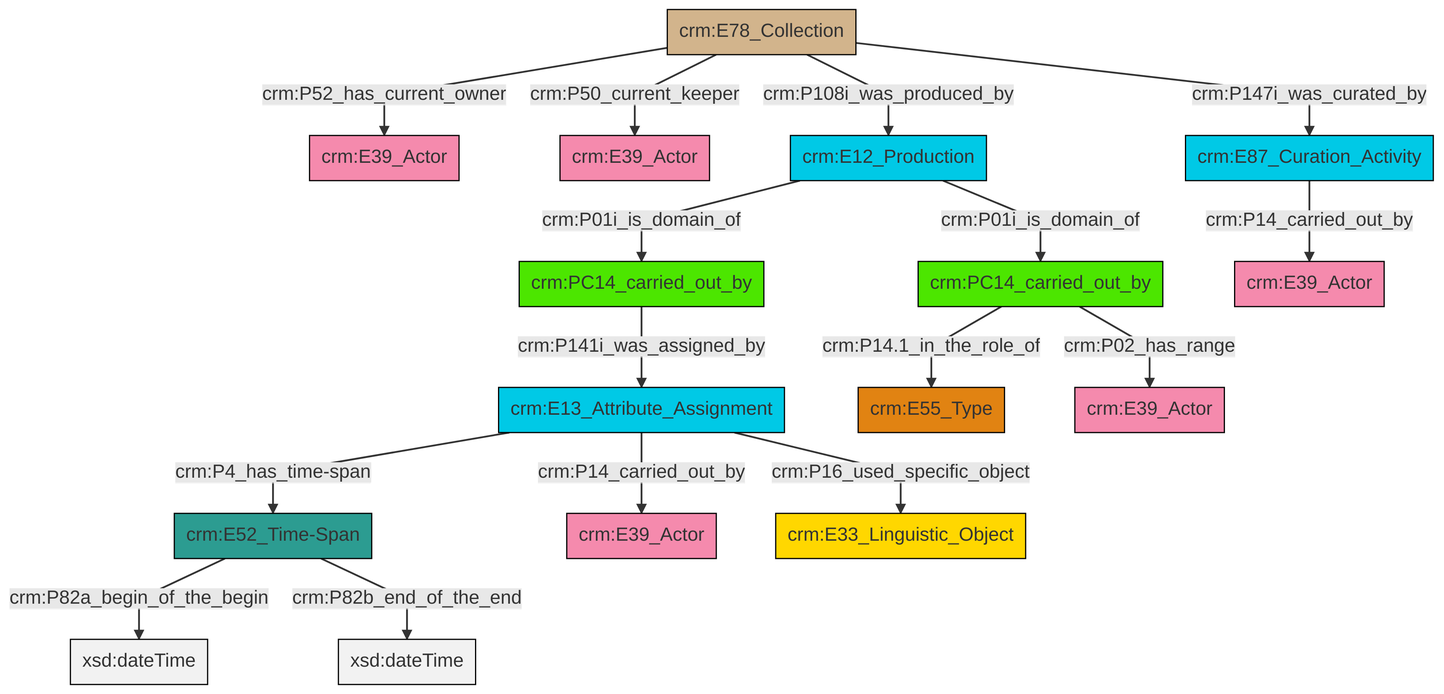
Earlier version of the Mermaid export et/archivalCSV/ttl/mmd/png/archival_relation.png (swiss-art-research-net/docs.swissartresearch). Its source is kept beside it as et/archivalCSV/ttl/mmd/archival_relation.ttl.mmd.
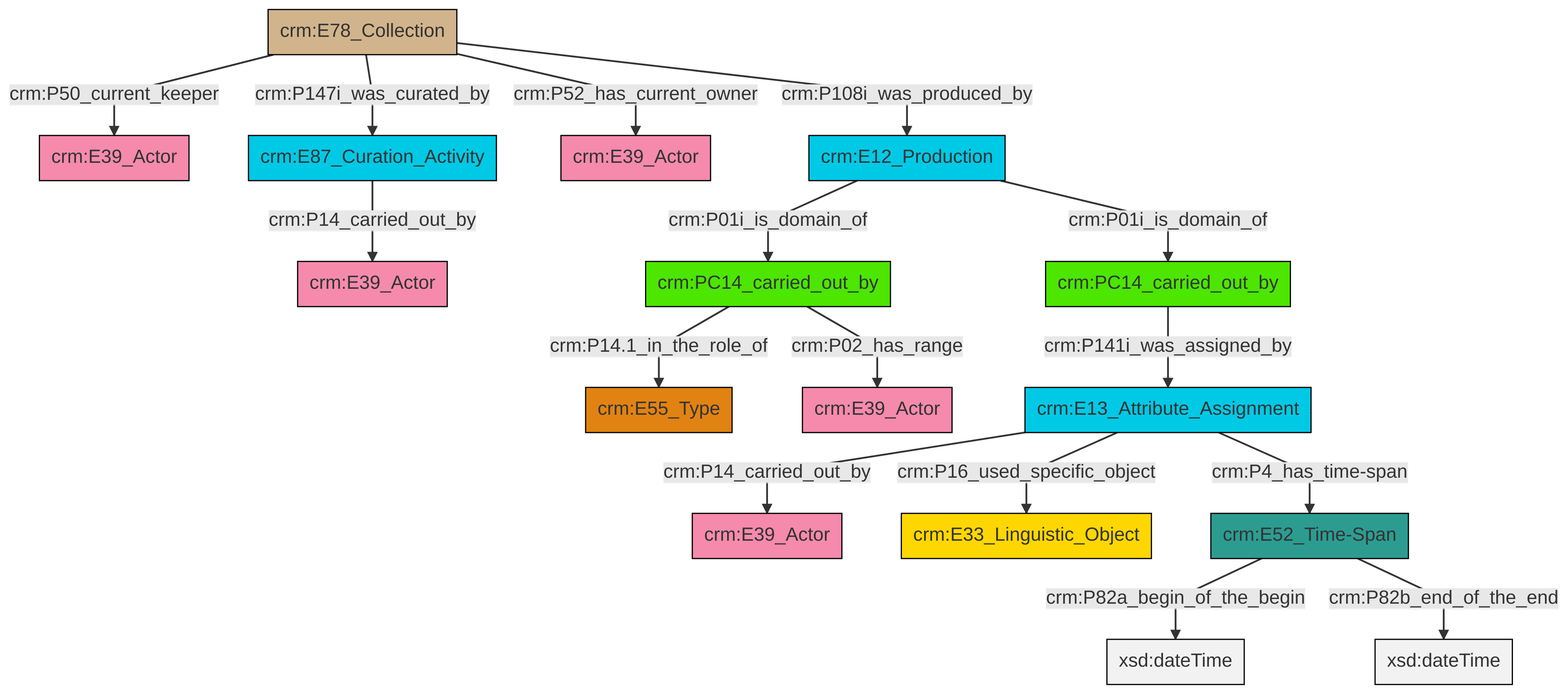
Later version of the same file.

What changed in the source:
```diff
@@ -13,18 +13,18 @@
 classDef PC_Classes fill:#4ce600, stroke:#000000;
 classDef Multi fill:#cccccc,stroke:#000000;
 
-2["crm:E78_Collection"]:::Physical_Thing -->|crm:P50_current_keeper| 3["crm:E39_Actor"]:::Actor
-6["crm:E12_Production"]:::Temporal_Entity -->|crm:P01i_is_domain_of| 4["crm:PC14_carried_out_by"]:::PC_Classes
-7["crm:E13_Attribute_Assignment"]:::Temporal_Entity -->|crm:P4_has_time-span| 8["crm:E52_Time-Span"]:::Time-Span
-6["crm:E12_Production"]:::Temporal_Entity -->|crm:P01i_is_domain_of| 12["crm:PC14_carried_out_by"]:::PC_Classes
-7["crm:E13_Attribute_Assignment"]:::Temporal_Entity -->|crm:P14_carried_out_by| 10["crm:E39_Actor"]:::Actor
-12["crm:PC14_carried_out_by"]:::PC_Classes -->|crm:P14.1_in_the_role_of| 13["crm:E55_Type"]:::Type
-7["crm:E13_Attribute_Assignment"]:::Temporal_Entity -->|crm:P16_used_specific_object| 18["crm:E33_Linguistic_Object"]:::Conceptual_Object
-2["crm:E78_Collection"]:::Physical_Thing -->|crm:P147i_was_curated_by| 19["crm:E87_Curation_Activity"]:::Temporal_Entity
-12["crm:PC14_carried_out_by"]:::PC_Classes -->|crm:P02_has_range| 16["crm:E39_Actor"]:::Actor
-2["crm:E78_Collection"]:::Physical_Thing -->|crm:P52_has_current_owner| 0["crm:E39_Actor"]:::Actor
-19["crm:E87_Curation_Activity"]:::Temporal_Entity -->|crm:P14_carried_out_by| 14["crm:E39_Actor"]:::Actor
-2["crm:E78_Collection"]:::Physical_Thing -->|crm:P108i_was_produced_by| 6["crm:E12_Production"]:::Temporal_Entity
-8["crm:E52_Time-Span"]:::Time-Span -->|crm:P82a_begin_of_the_begin| 25[xsd:dateTime]:::Literal
-8["crm:E52_Time-Span"]:::Time-Span -->|crm:P82b_end_of_the_end| 26[xsd:dateTime]:::Literal
-4["crm:PC14_carried_out_by"]:::PC_Classes -->|crm:P141i_was_assigned_by| 7["crm:E13_Attribute_Assignment"]:::Temporal_Entity
+0["crm:PC14_carried_out_by"]:::PC_Classes -->|crm:P14.1_in_the_role_of| 1["crm:E55_Type"]:::Type
+2["crm:E12_Production"]:::Temporal_Entity -->|crm:P01i_is_domain_of| 0["crm:PC14_carried_out_by"]:::PC_Classes
+3["crm:E78_Collection"]:::Physical_Thing -->|crm:P50_current_keeper| 4["crm:E39_Actor"]:::Actor
+9["crm:E52_Time-Span"]:::Time-Span -->|crm:P82a_begin_of_the_begin| 10[xsd:dateTime]:::Literal
+3["crm:E78_Collection"]:::Physical_Thing -->|crm:P147i_was_curated_by| 11["crm:E87_Curation_Activity"]:::Temporal_Entity
+9["crm:E52_Time-Span"]:::Time-Span -->|crm:P82b_end_of_the_end| 15[xsd:dateTime]:::Literal
+0["crm:PC14_carried_out_by"]:::PC_Classes -->|crm:P02_has_range| 16["crm:E39_Actor"]:::Actor
+5["crm:E13_Attribute_Assignment"]:::Temporal_Entity -->|crm:P14_carried_out_by| 21["crm:E39_Actor"]:::Actor
+3["crm:E78_Collection"]:::Physical_Thing -->|crm:P52_has_current_owner| 17["crm:E39_Actor"]:::Actor
+3["crm:E78_Collection"]:::Physical_Thing -->|crm:P108i_was_produced_by| 2["crm:E12_Production"]:::Temporal_Entity
+5["crm:E13_Attribute_Assignment"]:::Temporal_Entity -->|crm:P16_used_specific_object| 25["crm:E33_Linguistic_Object"]:::Conceptual_Object
+2["crm:E12_Production"]:::Temporal_Entity -->|crm:P01i_is_domain_of| 19["crm:PC14_carried_out_by"]:::PC_Classes
+19["crm:PC14_carried_out_by"]:::PC_Classes -->|crm:P141i_was_assigned_by| 5["crm:E13_Attribute_Assignment"]:::Temporal_Entity
+5["crm:E13_Attribute_Assignment"]:::Temporal_Entity -->|crm:P4_has_time-span| 9["crm:E52_Time-Span"]:::Time-Span
+11["crm:E87_Curation_Activity"]:::Temporal_Entity -->|crm:P14_carried_out_by| 13["crm:E39_Actor"]:::Actor
```
